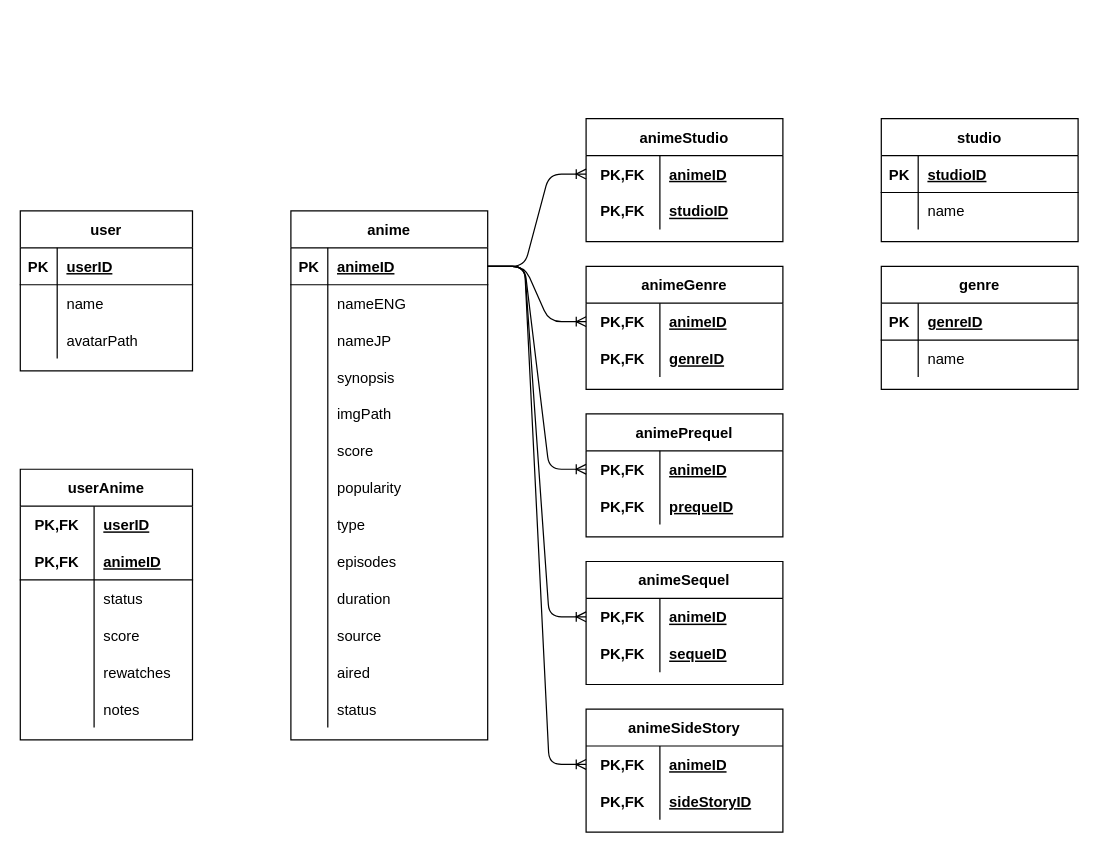
Earlier version of the draw.io diagram Databases/anime_databse.drawio (cmlimm/uni-projects). Source tidied: cells renumbered, new cells numbered last; positions are measured from the earlier drawing's top-left corner, leaving out a move shared by most shapes. Both pictures are drawn from the tidied source at 123%, with x=0, y=0 at pixel (20, 118).
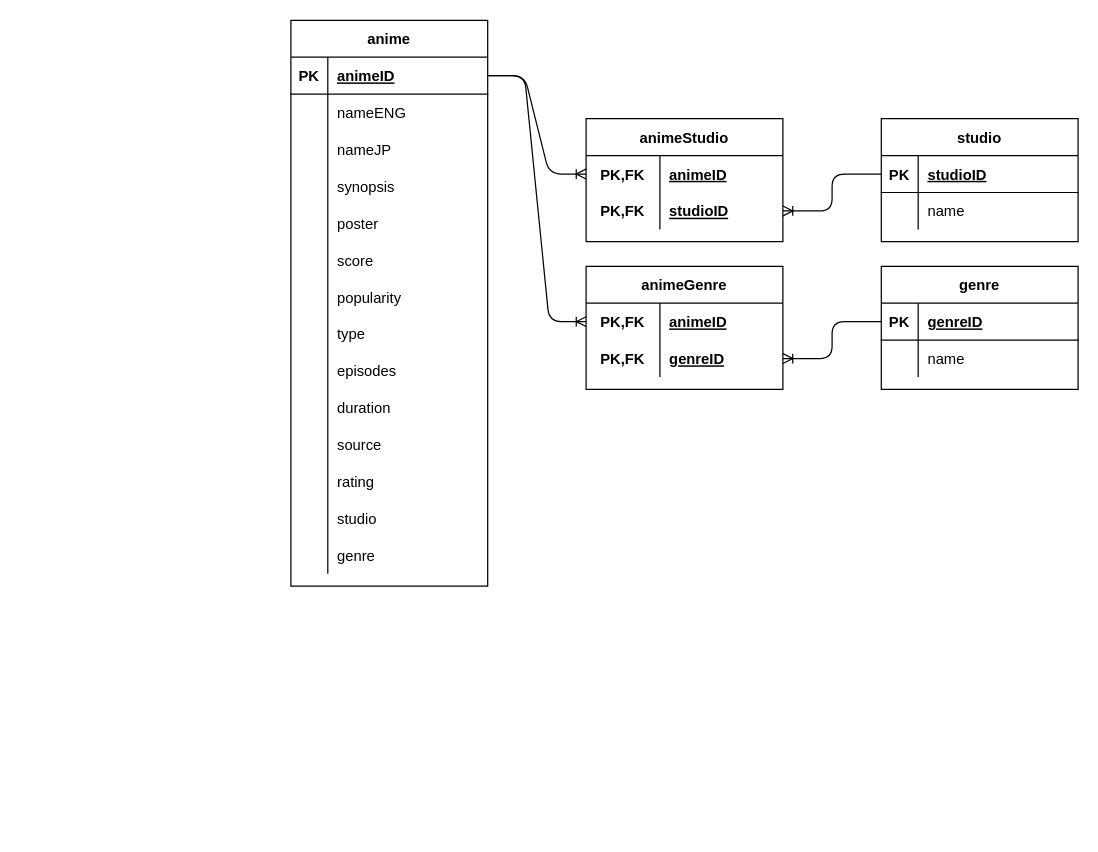
The same diagram, later.

Unchanged cells that the change refers to:
```xml
<mxCell id="3" style="shape=partialRectangle;fillColor=none;top=0;left=0;bottom=1;right=0;points=[[0,0.5],[1,0.5]];portConstraint=eastwest;" parent="2" vertex="1">
  <mxGeometry y="30" width="160" height="30" as="geometry" />
</mxCell>
<mxCell id="13" style="shape=partialRectangle;fillColor=none;top=0;left=0;bottom=1;right=0;points=[[0,0.5],[1,0.5]];portConstraint=eastwest;strokeColor=none;" parent="9" vertex="1">
  <mxGeometry y="60" width="160" height="30" as="geometry" />
</mxCell>
<mxCell id="17" style="shape=partialRectangle;fillColor=none;top=0;left=0;bottom=1;right=0;points=[[0,0.5],[1,0.5]];portConstraint=eastwest;" parent="16" vertex="1">
  <mxGeometry y="30" width="160" height="30" as="geometry" />
</mxCell>
<mxCell id="27" style="shape=partialRectangle;fillColor=none;top=0;left=0;bottom=1;right=0;points=[[0,0.5],[1,0.5]];portConstraint=eastwest;strokeColor=none;" parent="23" vertex="1">
  <mxGeometry y="60" width="160" height="30" as="geometry" />
</mxCell>
<mxCell id="52" style="shape=partialRectangle;fillColor=none;top=0;left=0;bottom=1;right=0;points=[[0,0.5],[1,0.5]];portConstraint=eastwest;" parent="51" vertex="1">
  <mxGeometry y="30" width="160" height="30" as="geometry" />
</mxCell>
<mxCell id="64" style="shape=partialRectangle;fillColor=none;top=0;left=0;bottom=0;right=0;" parent="51" vertex="1">
  <mxGeometry y="150" width="160" height="30" as="geometry" />
</mxCell>
<mxCell id="85" style="shape=partialRectangle;fillColor=none;top=0;left=0;bottom=0;right=0;" parent="51" vertex="1">
  <mxGeometry y="360" width="160" height="30" as="geometry" />
</mxCell>
<mxCell id="88" style="shape=partialRectangle;fillColor=none;top=0;left=0;bottom=0;right=0;" parent="51" vertex="1">
  <mxGeometry y="390" width="160" height="30" as="geometry" />
</mxCell>
```

Change to the diagram source:
```diff
@@
-    <mxCell id="30" value="animePrequel" style="shape=table;startSize=30;childLayout=tableLayout;rowLines=0;fontStyle=1;align=center;swimlaneFillColor=none;fillColor=none;" parent="1" vertex="1">
-      <mxGeometry x="460" y="240" width="160" height="100" as="geometry" />
-    </mxCell>
-    <mxCell id="31" style="shape=partialRectangle;fillColor=none;top=0;left=0;bottom=0;right=0;points=[[0,0.5],[1,0.5]];portConstraint=eastwest;" parent="30" vertex="1">
-      <mxGeometry y="30" width="160" height="30" as="geometry" />
-    </mxCell>
-    <mxCell id="32" value="PK,FK" style="shape=partialRectangle;fillColor=none;top=0;left=0;bottom=0;right=0;fontStyle=1;overflow=hidden;" parent="31" vertex="1">
-      <mxGeometry width="60" height="30" as="geometry" />
-    </mxCell>
-    <mxCell id="33" value="animeID" style="shape=partialRectangle;fillColor=none;top=0;left=0;bottom=0;right=0;align=left;spacingLeft=6;fontStyle=5;overflow=hidden;" parent="31" vertex="1">
-      <mxGeometry x="60" width="100" height="30" as="geometry" />
-    </mxCell>
-    <mxCell id="34" style="shape=partialRectangle;fillColor=none;top=0;left=0;bottom=1;right=0;strokeColor=none;" parent="30" vertex="1">
-      <mxGeometry y="60" width="160" height="30" as="geometry" />
-    </mxCell>
-    <mxCell id="35" value="PK,FK" style="shape=partialRectangle;fillColor=none;top=0;left=0;bottom=0;right=0;fontStyle=1;overflow=hidden;" parent="34" vertex="1">
-      <mxGeometry width="60" height="30" as="geometry" />
-    </mxCell>
-    <mxCell id="36" value="prequeID" style="shape=partialRectangle;top=0;left=0;bottom=0;right=0;align=left;spacingLeft=6;fontStyle=5;overflow=hidden;strokeWidth=1;fillColor=none;" parent="34" vertex="1">
-      <mxGeometry x="60" width="100" height="30" as="geometry" />
-    </mxCell>
-    <mxCell id="37" value="animeSequel" style="shape=table;startSize=30;childLayout=tableLayout;rowLines=0;fontStyle=1;align=center;swimlaneFillColor=none;fillColor=none;" parent="1" vertex="1">
-      <mxGeometry x="460" y="360" width="160" height="100" as="geometry" />
-    </mxCell>
-    <mxCell id="38" style="shape=partialRectangle;fillColor=none;top=0;left=0;bottom=0;right=0;points=[[0,0.5],[1,0.5]];portConstraint=eastwest;" parent="37" vertex="1">
-      <mxGeometry y="30" width="160" height="30" as="geometry" />
-    </mxCell>
-    <mxCell id="39" value="PK,FK" style="shape=partialRectangle;fillColor=none;top=0;left=0;bottom=0;right=0;fontStyle=1;overflow=hidden;" parent="38" vertex="1">
-      <mxGeometry width="60" height="30" as="geometry" />
-    </mxCell>
-    <mxCell id="40" value="animeID" style="shape=partialRectangle;fillColor=none;top=0;left=0;bottom=0;right=0;align=left;spacingLeft=6;fontStyle=5;overflow=hidden;" parent="38" vertex="1">
-      <mxGeometry x="60" width="100" height="30" as="geometry" />
-    </mxCell>
-    <mxCell id="41" style="shape=partialRectangle;fillColor=none;top=0;left=0;bottom=1;right=0;strokeColor=none;" parent="37" vertex="1">
-      <mxGeometry y="60" width="160" height="30" as="geometry" />
-    </mxCell>
-    <mxCell id="42" value="PK,FK" style="shape=partialRectangle;fillColor=none;top=0;left=0;bottom=0;right=0;fontStyle=1;overflow=hidden;" parent="41" vertex="1">
-      <mxGeometry width="60" height="30" as="geometry" />
-    </mxCell>
-    <mxCell id="43" value="sequeID" style="shape=partialRectangle;top=0;left=0;bottom=0;right=0;align=left;spacingLeft=6;fontStyle=5;overflow=hidden;strokeWidth=1;fillColor=none;" parent="41" vertex="1">
-      <mxGeometry x="60" width="100" height="30" as="geometry" />
-    </mxCell>
-    <mxCell id="44" value="animeSideStory" style="shape=table;startSize=30;childLayout=tableLayout;rowLines=0;fontStyle=1;align=center;swimlaneFillColor=none;fillColor=none;" parent="1" vertex="1">
-      <mxGeometry x="460" y="480" width="160" height="100" as="geometry" />
-    </mxCell>
-    <mxCell id="45" style="shape=partialRectangle;fillColor=none;top=0;left=0;bottom=0;right=0;points=[[0,0.5],[1,0.5]];portConstraint=eastwest;" parent="44" vertex="1">
-      <mxGeometry y="30" width="160" height="30" as="geometry" />
-    </mxCell>
-    <mxCell id="46" value="PK,FK" style="shape=partialRectangle;fillColor=none;top=0;left=0;bottom=0;right=0;fontStyle=1;overflow=hidden;" parent="45" vertex="1">
-      <mxGeometry width="60" height="30" as="geometry" />
-    </mxCell>
-    <mxCell id="47" value="animeID" style="shape=partialRectangle;fillColor=none;top=0;left=0;bottom=0;right=0;align=left;spacingLeft=6;fontStyle=5;overflow=hidden;" parent="45" vertex="1">
-      <mxGeometry x="60" width="100" height="30" as="geometry" />
-    </mxCell>
-    <mxCell id="48" style="shape=partialRectangle;fillColor=none;top=0;left=0;bottom=1;right=0;strokeColor=none;" parent="44" vertex="1">
-      <mxGeometry y="60" width="160" height="30" as="geometry" />
-    </mxCell>
-    <mxCell id="49" value="PK,FK" style="shape=partialRectangle;fillColor=none;top=0;left=0;bottom=0;right=0;fontStyle=1;overflow=hidden;" parent="48" vertex="1">
-      <mxGeometry width="60" height="30" as="geometry" />
-    </mxCell>
-    <mxCell id="50" value="sideStoryID" style="shape=partialRectangle;top=0;left=0;bottom=0;right=0;align=left;spacingLeft=6;fontStyle=5;overflow=hidden;strokeWidth=1;fillColor=none;" parent="48" vertex="1">
-      <mxGeometry x="60" width="100" height="30" as="geometry" />
-    </mxCell>
     <mxCell id="51" value="anime" style="shape=table;startSize=30;childLayout=tableLayout;rowLines=0;fontStyle=1;align=center;" parent="1" vertex="1">
-      <mxGeometry x="220" y="75" width="160" height="430" as="geometry" />
+      <mxGeometry x="220" y="-80" width="160" height="460" as="geometry" />
     </mxCell>
@@
-    <mxCell id="66" value="imgPath" style="shape=partialRectangle;fillColor=none;top=0;left=0;bottom=0;right=0;align=left;spacingLeft=6;overflow=hidden;" parent="64" vertex="1">
+    <mxCell id="66" value="poster" style="shape=partialRectangle;fillColor=none;top=0;left=0;bottom=0;right=0;align=left;spacingLeft=6;overflow=hidden;" parent="64" vertex="1">
       <mxGeometry x="30" width="130" height="30" as="geometry" />
     </mxCell>
@@
-    <mxCell id="86" style="shape=partialRectangle;fillColor=none;top=0;left=0;bottom=0;right=0;overflow=hidden;" parent="85" vertex="1">
-      <mxGeometry width="30" height="30" as="geometry" />
-    </mxCell>
-    <mxCell id="87" value="aired" style="shape=partialRectangle;fillColor=none;top=0;left=0;bottom=0;right=0;align=left;spacingLeft=6;overflow=hidden;" parent="85" vertex="1">
-      <mxGeometry x="30" width="130" height="30" as="geometry" />
-    </mxCell>
+    <mxCell id="125" style="shape=partialRectangle;fillColor=none;top=0;left=0;bottom=0;right=0;overflow=hidden;" parent="85" vertex="1">
+      <mxGeometry width="30" height="30" as="geometry" />
+    </mxCell>
+    <mxCell id="126" value="rating" style="shape=partialRectangle;fillColor=none;top=0;left=0;bottom=0;right=0;align=left;spacingLeft=6;overflow=hidden;" parent="85" vertex="1">
+      <mxGeometry x="30" width="130" height="30" as="geometry" />
+    </mxCell>
@@
-    <mxCell id="89" style="shape=partialRectangle;fillColor=none;top=0;left=0;bottom=0;right=0;overflow=hidden;" parent="88" vertex="1">
-      <mxGeometry width="30" height="30" as="geometry" />
-    </mxCell>
-    <mxCell id="90" value="status" style="shape=partialRectangle;fillColor=none;top=0;left=0;bottom=0;right=0;align=left;spacingLeft=6;overflow=hidden;" parent="88" vertex="1">
-      <mxGeometry x="30" width="130" height="30" as="geometry" />
-    </mxCell>
-    <mxCell id="91" value="user" style="shape=table;startSize=30;childLayout=tableLayout;rowLines=0;fontStyle=1;align=center;" parent="1" vertex="1">
-      <mxGeometry y="75" width="140" height="130" as="geometry" />
-    </mxCell>
-    <mxCell id="92" style="shape=partialRectangle;fillColor=none;top=0;left=0;bottom=1;right=0;" parent="91" vertex="1">
-      <mxGeometry y="30" width="140" height="30" as="geometry" />
-    </mxCell>
-    <mxCell id="93" value="PK" style="shape=partialRectangle;fillColor=none;top=0;left=0;bottom=0;right=0;fontStyle=1;overflow=hidden;" parent="92" vertex="1">
-      <mxGeometry width="30" height="30" as="geometry" />
-    </mxCell>
-    <mxCell id="94" value="userID" style="shape=partialRectangle;fillColor=none;top=0;left=0;bottom=0;right=0;align=left;spacingLeft=6;fontStyle=5;overflow=hidden;" parent="92" vertex="1">
-      <mxGeometry x="30" width="110" height="30" as="geometry" />
-    </mxCell>
-    <mxCell id="95" style="shape=partialRectangle;fillColor=none;top=0;left=0;bottom=0;right=0;" parent="91" vertex="1">
-      <mxGeometry y="60" width="140" height="30" as="geometry" />
-    </mxCell>
-    <mxCell id="96" style="shape=partialRectangle;fillColor=none;top=0;left=0;bottom=0;right=0;overflow=hidden;" parent="95" vertex="1">
-      <mxGeometry width="30" height="30" as="geometry" />
-    </mxCell>
-    <mxCell id="97" value="name" style="shape=partialRectangle;fillColor=none;top=0;left=0;bottom=0;right=0;align=left;spacingLeft=6;overflow=hidden;" parent="95" vertex="1">
-      <mxGeometry x="30" width="110" height="30" as="geometry" />
-    </mxCell>
-    <mxCell id="98" style="shape=partialRectangle;fillColor=none;top=0;left=0;bottom=0;right=0;" parent="91" vertex="1">
-      <mxGeometry y="90" width="140" height="30" as="geometry" />
-    </mxCell>
-    <mxCell id="99" style="shape=partialRectangle;fillColor=none;top=0;left=0;bottom=0;right=0;overflow=hidden;" parent="98" vertex="1">
-      <mxGeometry width="30" height="30" as="geometry" />
-    </mxCell>
-    <mxCell id="100" value="avatarPath" style="shape=partialRectangle;fillColor=none;top=0;left=0;bottom=0;right=0;align=left;spacingLeft=6;overflow=hidden;" parent="98" vertex="1">
-      <mxGeometry x="30" width="110" height="30" as="geometry" />
-    </mxCell>
-    <mxCell id="101" value="userAnime" style="shape=table;startSize=30;childLayout=tableLayout;rowLines=0;fontStyle=1;align=center;" parent="1" vertex="1">
-      <mxGeometry y="285" width="140" height="220" as="geometry" />
-    </mxCell>
-    <mxCell id="102" style="shape=partialRectangle;fillColor=none;top=0;left=0;bottom=0;right=0;" parent="101" vertex="1">
-      <mxGeometry y="30" width="140" height="30" as="geometry" />
-    </mxCell>
-    <mxCell id="103" value="PK,FK" style="shape=partialRectangle;fillColor=none;top=0;left=0;bottom=0;right=0;fontStyle=1;overflow=hidden;" parent="102" vertex="1">
-      <mxGeometry width="60" height="30" as="geometry" />
-    </mxCell>
-    <mxCell id="104" value="userID" style="shape=partialRectangle;fillColor=none;top=0;left=0;bottom=0;right=0;align=left;spacingLeft=6;fontStyle=5;overflow=hidden;" parent="102" vertex="1">
-      <mxGeometry x="60" width="80" height="30" as="geometry" />
-    </mxCell>
-    <mxCell id="105" style="shape=partialRectangle;fillColor=none;top=0;left=0;bottom=1;right=0;" parent="101" vertex="1">
-      <mxGeometry y="60" width="140" height="30" as="geometry" />
-    </mxCell>
-    <mxCell id="106" value="PK,FK" style="shape=partialRectangle;fillColor=none;top=0;left=0;bottom=0;right=0;fontStyle=1;overflow=hidden;" parent="105" vertex="1">
-      <mxGeometry width="60" height="30" as="geometry" />
-    </mxCell>
-    <mxCell id="107" value="animeID" style="shape=partialRectangle;fillColor=none;top=0;left=0;bottom=0;right=0;align=left;spacingLeft=6;fontStyle=5;overflow=hidden;" parent="105" vertex="1">
-      <mxGeometry x="60" width="80" height="30" as="geometry" />
-    </mxCell>
-    <mxCell id="108" style="shape=partialRectangle;fillColor=none;top=0;left=0;bottom=0;right=0;" parent="101" vertex="1">
-      <mxGeometry y="90" width="140" height="30" as="geometry" />
-    </mxCell>
-    <mxCell id="109" style="shape=partialRectangle;fillColor=none;top=0;left=0;bottom=0;right=0;overflow=hidden;" parent="108" vertex="1">
-      <mxGeometry width="60" height="30" as="geometry" />
-    </mxCell>
-    <mxCell id="110" value="status" style="shape=partialRectangle;fillColor=none;top=0;left=0;bottom=0;right=0;align=left;spacingLeft=6;overflow=hidden;" parent="108" vertex="1">
-      <mxGeometry x="60" width="80" height="30" as="geometry" />
-    </mxCell>
-    <mxCell id="111" style="shape=partialRectangle;fillColor=none;top=0;left=0;bottom=0;right=0;" parent="101" vertex="1">
-      <mxGeometry y="120" width="140" height="30" as="geometry" />
-    </mxCell>
-    <mxCell id="112" style="shape=partialRectangle;fillColor=none;top=0;left=0;bottom=0;right=0;overflow=hidden;" parent="111" vertex="1">
-      <mxGeometry width="60" height="30" as="geometry" />
-    </mxCell>
-    <mxCell id="113" value="score" style="shape=partialRectangle;fillColor=none;top=0;left=0;bottom=0;right=0;align=left;spacingLeft=6;overflow=hidden;" parent="111" vertex="1">
-      <mxGeometry x="60" width="80" height="30" as="geometry" />
-    </mxCell>
-    <mxCell id="114" style="shape=partialRectangle;fillColor=none;top=0;left=0;bottom=0;right=0;" parent="101" vertex="1">
-      <mxGeometry y="150" width="140" height="30" as="geometry" />
-    </mxCell>
-    <mxCell id="115" style="shape=partialRectangle;fillColor=none;top=0;left=0;bottom=0;right=0;overflow=hidden;" parent="114" vertex="1">
-      <mxGeometry width="60" height="30" as="geometry" />
-    </mxCell>
-    <mxCell id="116" value="rewatches" style="shape=partialRectangle;fillColor=none;top=0;left=0;bottom=0;right=0;align=left;spacingLeft=6;overflow=hidden;" parent="114" vertex="1">
-      <mxGeometry x="60" width="80" height="30" as="geometry" />
-    </mxCell>
-    <mxCell id="117" style="shape=partialRectangle;fillColor=none;top=0;left=0;bottom=0;right=0;" parent="101" vertex="1">
-      <mxGeometry y="180" width="140" height="30" as="geometry" />
-    </mxCell>
-    <mxCell id="118" style="shape=partialRectangle;fillColor=none;top=0;left=0;bottom=0;right=0;overflow=hidden;" parent="117" vertex="1">
-      <mxGeometry width="60" height="30" as="geometry" />
-    </mxCell>
-    <mxCell id="119" value="notes" style="shape=partialRectangle;fillColor=none;top=0;left=0;bottom=0;right=0;align=left;spacingLeft=6;overflow=hidden;" parent="117" vertex="1">
-      <mxGeometry x="60" width="80" height="30" as="geometry" />
-    </mxCell>
+    <mxCell id="127" style="shape=partialRectangle;fillColor=none;top=0;left=0;bottom=0;right=0;overflow=hidden;" parent="88" vertex="1">
+      <mxGeometry width="30" height="30" as="geometry" />
+    </mxCell>
+    <mxCell id="128" value="studio" style="shape=partialRectangle;fillColor=none;top=0;left=0;bottom=0;right=0;align=left;spacingLeft=6;overflow=hidden;" parent="88" vertex="1">
+      <mxGeometry x="30" width="130" height="30" as="geometry" />
+    </mxCell>
+    <mxCell id="129" style="shape=partialRectangle;fillColor=none;top=0;left=0;bottom=0;right=0;" parent="51" vertex="1">
+      <mxGeometry y="420" width="160" height="30" as="geometry" />
+    </mxCell>
+    <mxCell id="130" style="shape=partialRectangle;fillColor=none;top=0;left=0;bottom=0;right=0;overflow=hidden;" parent="129" vertex="1">
+      <mxGeometry width="30" height="30" as="geometry" />
+    </mxCell>
+    <mxCell id="131" value="genre" style="shape=partialRectangle;fillColor=none;top=0;left=0;bottom=0;right=0;align=left;spacingLeft=6;overflow=hidden;" parent="129" vertex="1">
+      <mxGeometry x="30" width="130" height="30" as="geometry" />
+    </mxCell>
@@
-    <mxCell id="122" style="edgeStyle=entityRelationEdgeStyle;fontSize=12;html=1;endArrow=ERoneToMany;exitX=1;exitY=0.5;exitDx=0;exitDy=0;entryX=0;entryY=0.5;entryDx=0;entryDy=0;" parent="1" edge="1" source="52" target="31">
-      <mxGeometry relative="1" as="geometry" />
-    </mxCell>
-    <mxCell id="123" style="edgeStyle=entityRelationEdgeStyle;fontSize=12;html=1;endArrow=ERoneToMany;exitX=1;exitY=0.5;exitDx=0;exitDy=0;entryX=0;entryY=0.5;entryDx=0;entryDy=0;" parent="1" edge="1" source="52" target="38">
-      <mxGeometry relative="1" as="geometry" />
-    </mxCell>
-    <mxCell id="124" style="edgeStyle=entityRelationEdgeStyle;fontSize=12;html=1;endArrow=ERoneToMany;exitX=1;exitY=0.5;exitDx=0;exitDy=0;entryX=0;entryY=0.5;entryDx=0;entryDy=0;" parent="1" edge="1" source="52" target="45">
-      <mxGeometry relative="1" as="geometry" />
-    </mxCell>
+    <mxCell id="132" style="edgeStyle=elbowEdgeStyle;fontSize=12;html=1;endArrow=ERoneToMany;sketch=0;jumpStyle=none;exitX=0;exitY=0.5;exitDx=0;exitDy=0;entryX=1;entryY=0.5;entryDx=0;entryDy=0;" parent="1" edge="1" source="3" target="13">
+      <mxGeometry relative="1" as="geometry">
+        <Array as="points">
+          <mxPoint x="660" y="60" />
+        </Array>
+      </mxGeometry>
+    </mxCell>
+    <mxCell id="133" style="edgeStyle=elbowEdgeStyle;fontSize=12;html=1;endArrow=ERoneToMany;sketch=0;jumpStyle=none;exitX=0;exitY=0.5;exitDx=0;exitDy=0;entryX=1;entryY=0.5;entryDx=0;entryDy=0;" parent="1" edge="1" source="17" target="27">
+      <mxGeometry relative="1" as="geometry">
+        <Array as="points">
+          <mxPoint x="660" y="185" />
+        </Array>
+      </mxGeometry>
+    </mxCell>
```
